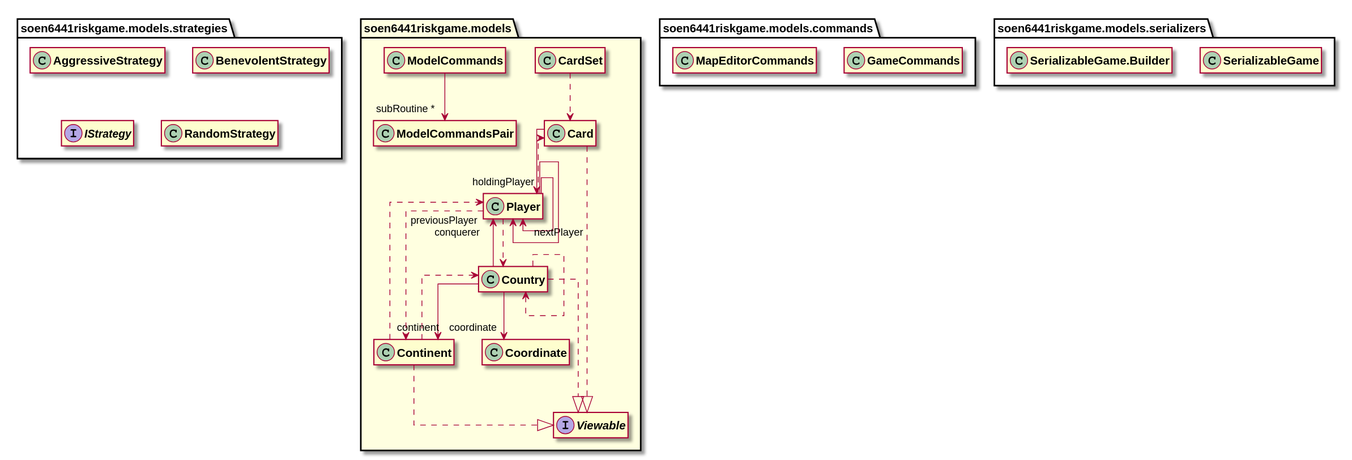
Above: docs/javadocs/soen6441riskgame/models/package-summary.svg in huntertran/soen6441-riskgame (PlantUML), before the change.
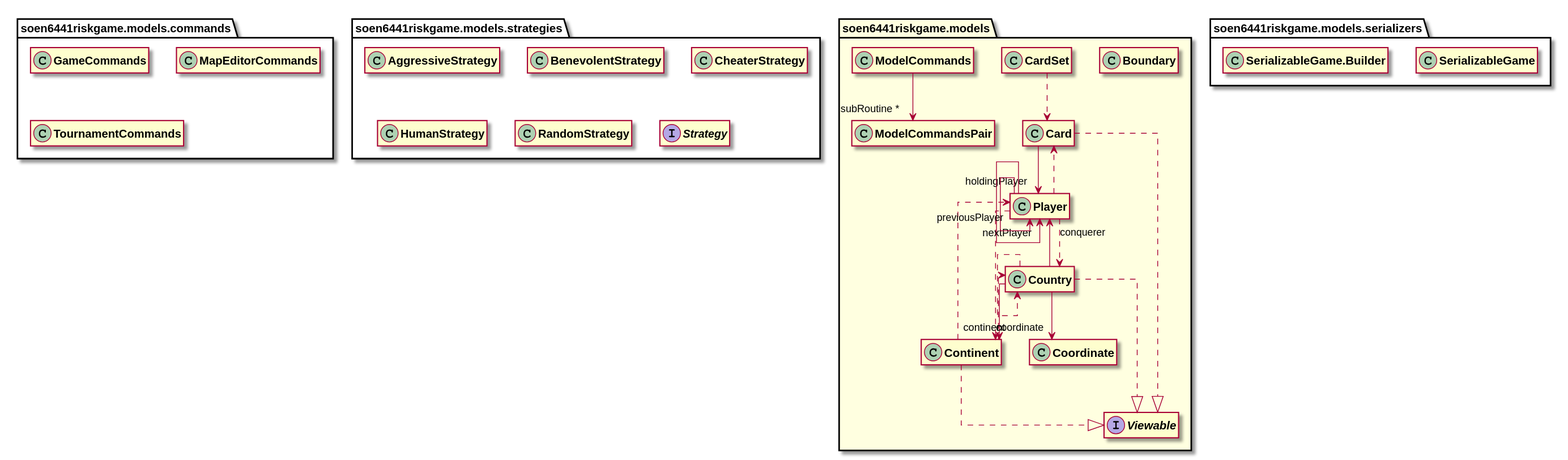
After the commit.

Diff of the diagram source:
```diff
@@ -4,6 +4,12 @@
 skinparam linetype ortho
 package soen6441riskgame.models [[../../soen6441riskgame/models/package-summary.html{soen6441riskgame.models}]] #lightyellow {
 }
+
+class "<b><size:14>Boundary</b>" as soen6441riskgame.models.Boundary  [[../../soen6441riskgame/models/Boundary.html{soen6441riskgame.models.Boundary}]] {
+}
+
+hide soen6441riskgame.models.Boundary fields
+hide soen6441riskgame.models.Boundary methods
 
 class "<b><size:14>Card</b>" as soen6441riskgame.models.Card  [[../../soen6441riskgame/models/Card.html{soen6441riskgame.models.Card}]] {
 }
@@ -91,6 +97,12 @@
 hide soen6441riskgame.models.commands.MapEditorCommands fields
 hide soen6441riskgame.models.commands.MapEditorCommands methods
 
+class "<b><size:14>TournamentCommands</b>" as soen6441riskgame.models.commands.TournamentCommands  [[../../soen6441riskgame/models/commands/TournamentCommands.html{soen6441riskgame.models.commands.TournamentCommands}]] {
+}
+
+hide soen6441riskgame.models.commands.TournamentCommands fields
+hide soen6441riskgame.models.commands.TournamentCommands methods
+
 package soen6441riskgame.models.serializers [[../../soen6441riskgame/models/serializers/package-summary.html{soen6441riskgame.models.serializers}]] {
 }
 
@@ -121,11 +133,17 @@
 hide soen6441riskgame.models.strategies.BenevolentStrategy fields
 hide soen6441riskgame.models.strategies.BenevolentStrategy methods
 
-interface "<b><size:14>IStrategy</b>" as soen6441riskgame.models.strategies.IStrategy  [[../../soen6441riskgame/models/strategies/IStrategy.html{soen6441riskgame.models.strategies.IStrategy}]] {
+class "<b><size:14>CheaterStrategy</b>" as soen6441riskgame.models.strategies.CheaterStrategy  [[../../soen6441riskgame/models/strategies/CheaterStrategy.html{soen6441riskgame.models.strategies.CheaterStrategy}]] {
 }
 
-hide soen6441riskgame.models.strategies.IStrategy fields
-hide soen6441riskgame.models.strategies.IStrategy methods
+hide soen6441riskgame.models.strategies.CheaterStrategy fields
+hide soen6441riskgame.models.strategies.CheaterStrategy methods
+
+class "<b><size:14>HumanStrategy</b>" as soen6441riskgame.models.strategies.HumanStrategy  [[../../soen6441riskgame/models/strategies/HumanStrategy.html{soen6441riskgame.models.strategies.HumanStrategy}]] {
+}
+
+hide soen6441riskgame.models.strategies.HumanStrategy fields
+hide soen6441riskgame.models.strategies.HumanStrategy methods
 
 class "<b><size:14>RandomStrategy</b>" as soen6441riskgame.models.strategies.RandomStrategy  [[../../soen6441riskgame/models/strategies/RandomStrategy.html{soen6441riskgame.models.strategies.RandomStrategy}]] {
 }
@@ -133,5 +151,11 @@
 hide soen6441riskgame.models.strategies.RandomStrategy fields
 hide soen6441riskgame.models.strategies.RandomStrategy methods
 
+interface "<b><size:14>Strategy</b>" as soen6441riskgame.models.strategies.Strategy  [[../../soen6441riskgame/models/strategies/Strategy.html{soen6441riskgame.models.strategies.Strategy}]] {
+}
+
+hide soen6441riskgame.models.strategies.Strategy fields
+hide soen6441riskgame.models.strategies.Strategy methods
+
 
 @enduml
```
